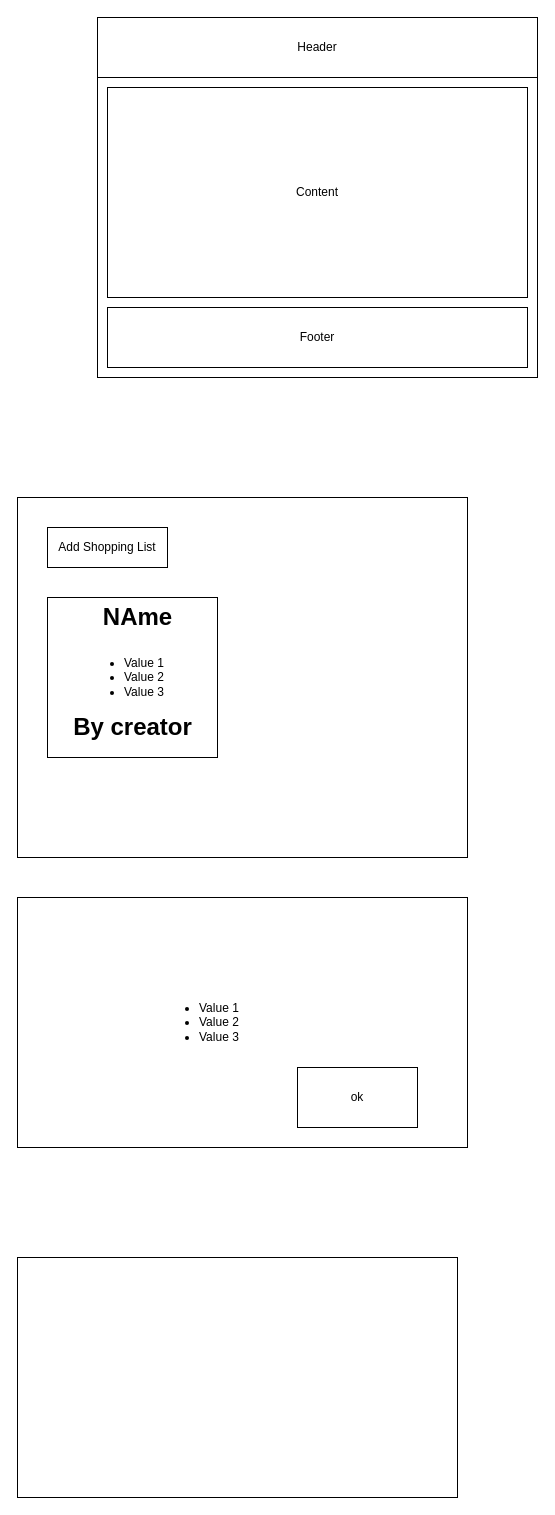
Above: page "Page-3" (4 of 4) of Untitled.drawio in supran2811/familyApp (draw.io), before the change. Source tidied: cells renumbered, new cells numbered last; positions are measured from the earlier drawing's top-left corner, leaving out a move shared by most shapes. Both pictures are drawn from the tidied source at 100%, with x=0, y=0 at pixel (17, 17).
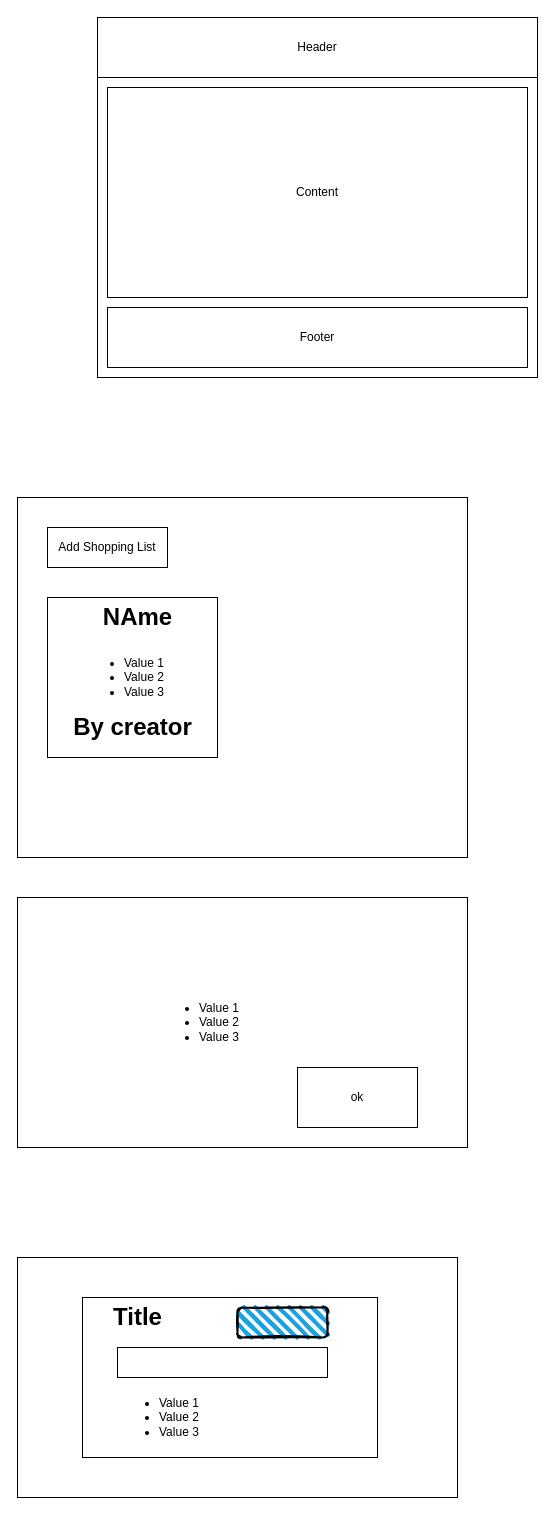
The same page after the edit.

Change to the diagram source:
```diff
@@
+    <mxCell id="16" style="rounded=0;whiteSpace=wrap;html=1;" parent="1" vertex="1">
+      <mxGeometry x="65" y="1280" width="295" height="160" as="geometry" />
+    </mxCell>
+    <mxCell id="17" value="&lt;ul&gt;&lt;li&gt;Value 1&lt;/li&gt;&lt;li&gt;Value 2&lt;/li&gt;&lt;li&gt;Value 3&lt;/li&gt;&lt;/ul&gt;" style="text;strokeColor=none;fillColor=none;html=1;whiteSpace=wrap;verticalAlign=middle;overflow=hidden;" parent="1" vertex="1">
+      <mxGeometry x="100" y="1360" width="100" height="80" as="geometry" />
+    </mxCell>
+    <mxCell id="18" value="Title" style="text;strokeColor=none;fillColor=none;html=1;fontSize=24;fontStyle=1;verticalAlign=middle;align=center;" parent="1" vertex="1">
+      <mxGeometry x="70" y="1280" width="100" height="40" as="geometry" />
+    </mxCell>
+    <mxCell id="19" style="rounded=1;whiteSpace=wrap;html=1;strokeWidth=2;fillWeight=4;hachureGap=8;hachureAngle=45;fillColor=#1ba1e2;sketch=1;" parent="1" vertex="1">
+      <mxGeometry x="220" y="1290" width="90" height="30" as="geometry" />
+    </mxCell>
+    <mxCell id="20" style="rounded=0;whiteSpace=wrap;html=1;" parent="1" vertex="1">
+      <mxGeometry x="100" y="1330" width="210" height="30" as="geometry" />
+    </mxCell>
```
